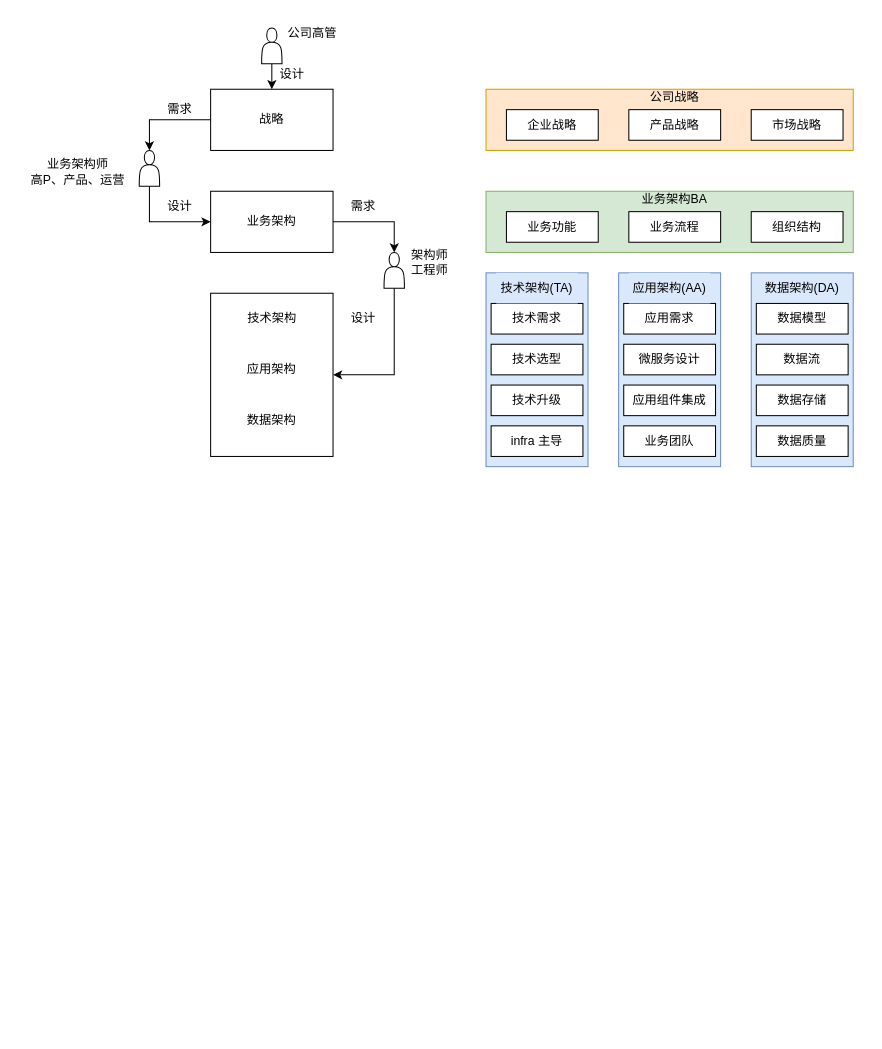
Before: page "架构" (7 of 8) of source/diagrams/tech.drawio in wxquare/wxquare.github.io, a draw.io diagram. Source tidied: cells renumbered, new cells numbered last; positions are measured from the earlier drawing's top-left corner, leaving out a move shared by most shapes. Both pictures are drawn from the tidied source at 102%, with x=0, y=0 at pixel (27, 17).
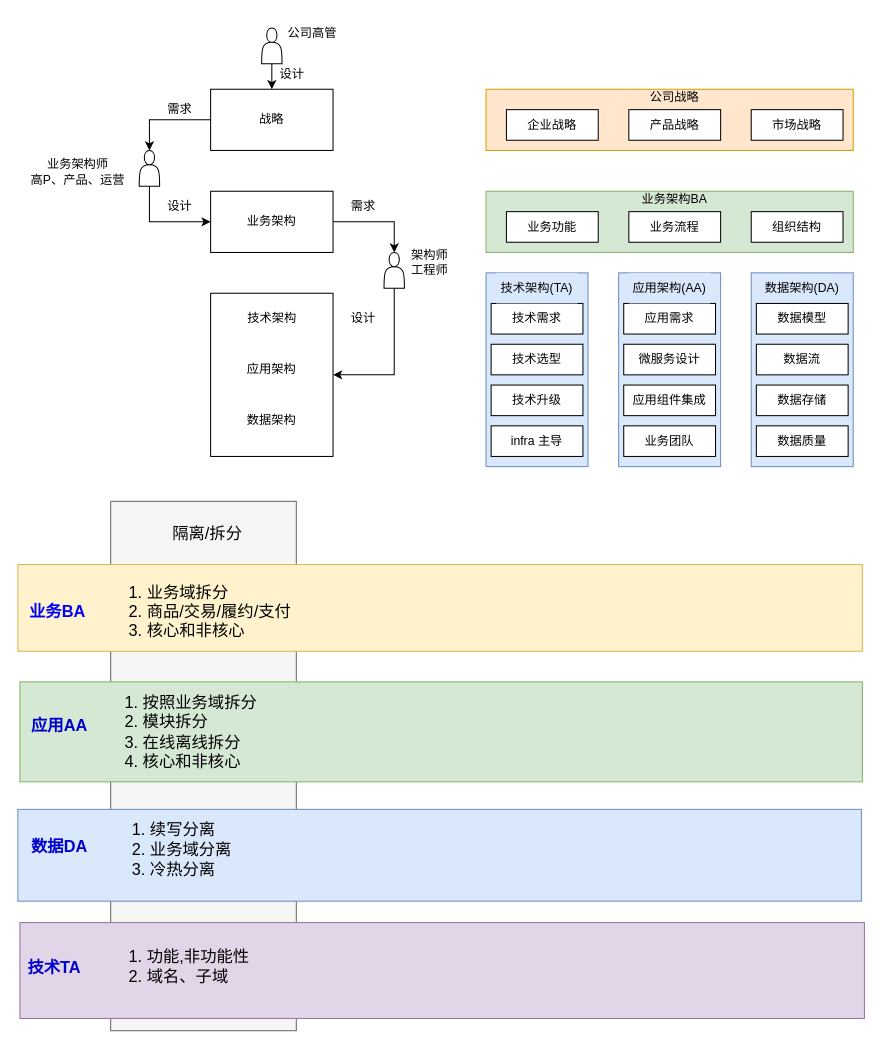
The same page after the edit.

What changed in the source:
```diff
@@
+    <mxCell id="52" style="rounded=0;whiteSpace=wrap;html=1;fillColor=#f5f5f5;fontColor=#333333;strokeColor=#666666;" parent="1" vertex="1">
+      <mxGeometry x="82" y="474" width="182" height="519" as="geometry" />
+    </mxCell>
+    <mxCell id="53" style="rounded=0;whiteSpace=wrap;html=1;fillColor=#fff2cc;strokeColor=#d6b656;" parent="1" vertex="1">
+      <mxGeometry x="-9" y="536" width="828" height="85" as="geometry" />
+    </mxCell>
@@
+    <mxCell id="54" style="rounded=0;whiteSpace=wrap;html=1;fillColor=#d5e8d4;strokeColor=#82b366;" parent="1" vertex="1">
+      <mxGeometry x="-7" y="651" width="826" height="98" as="geometry" />
+    </mxCell>
+    <mxCell id="55" style="rounded=0;whiteSpace=wrap;html=1;fillColor=#dae8fc;strokeColor=#6c8ebf;" parent="1" vertex="1">
+      <mxGeometry x="-9" y="776" width="827" height="90" as="geometry" />
+    </mxCell>
+    <mxCell id="56" style="rounded=0;whiteSpace=wrap;html=1;fillColor=#e1d5e7;strokeColor=#9673a6;" parent="1" vertex="1">
+      <mxGeometry x="-7" y="887" width="828" height="94" as="geometry" />
+    </mxCell>
+    <mxCell id="57" value="&lt;font color=&quot;#0000ff&quot;&gt;&lt;b&gt;业务BA&lt;/b&gt;&lt;/font&gt;" style="text;html=1;align=center;verticalAlign=middle;whiteSpace=wrap;rounded=0;fontSize=16;" parent="1" vertex="1">
+      <mxGeometry y="567" width="60" height="30" as="geometry" />
+    </mxCell>
+    <mxCell id="58" value="&lt;font color=&quot;#0000cc&quot;&gt;&lt;b&gt;应用AA&lt;/b&gt;&lt;/font&gt;" style="text;html=1;align=center;verticalAlign=middle;whiteSpace=wrap;rounded=0;fontSize=16;" parent="1" vertex="1">
+      <mxGeometry x="2" y="679" width="60" height="30" as="geometry" />
+    </mxCell>
+    <mxCell id="59" value="&lt;b&gt;&lt;font color=&quot;#0000cc&quot;&gt;数据DA&lt;/font&gt;&lt;/b&gt;" style="text;html=1;align=center;verticalAlign=middle;whiteSpace=wrap;rounded=0;fontSize=16;" parent="1" vertex="1">
+      <mxGeometry x="2" y="796.5" width="60" height="30" as="geometry" />
+    </mxCell>
+    <mxCell id="60" value="&lt;font color=&quot;#0000cc&quot;&gt;&lt;b&gt;技术TA&lt;/b&gt;&lt;/font&gt;" style="text;html=1;align=center;verticalAlign=middle;whiteSpace=wrap;rounded=0;fontSize=16;" parent="1" vertex="1">
+      <mxGeometry x="-3" y="915.5" width="60" height="30" as="geometry" />
+    </mxCell>
+    <mxCell id="61" value="1. 业务域拆分&lt;div&gt;2. 商品/交易/履约/支付&lt;/div&gt;&lt;div&gt;3. 核心和非核心&lt;/div&gt;" style="text;html=1;align=left;verticalAlign=middle;whiteSpace=wrap;rounded=0;fontSize=16;" parent="1" vertex="1">
+      <mxGeometry x="98" y="550.5" width="170" height="63" as="geometry" />
+    </mxCell>
+    <mxCell id="62" value="1. 按照业务域拆分&lt;div&gt;&lt;div&gt;&lt;div&gt;2. 模块拆分&lt;/div&gt;&lt;div&gt;3. 在线离线拆分&lt;/div&gt;&lt;div&gt;4. 核心和非核心&lt;/div&gt;&lt;/div&gt;&lt;/div&gt;" style="text;html=1;align=left;verticalAlign=middle;whiteSpace=wrap;rounded=0;fontSize=16;" parent="1" vertex="1">
+      <mxGeometry x="94" y="668" width="161" height="63" as="geometry" />
+    </mxCell>
+    <mxCell id="63" value="隔离/拆分" style="text;html=1;align=center;verticalAlign=middle;whiteSpace=wrap;rounded=0;fontSize=16;" parent="1" vertex="1">
+      <mxGeometry x="134" y="490" width="86" height="29" as="geometry" />
+    </mxCell>
+    <mxCell id="64" value="&lt;div style=&quot;text-align: left;&quot;&gt;&lt;span style=&quot;background-color: initial;&quot;&gt;1.&amp;nbsp;&lt;/span&gt;&lt;span style=&quot;background-color: initial;&quot;&gt;续写分离&lt;/span&gt;&lt;/div&gt;&lt;div style=&quot;text-align: left;&quot;&gt;&lt;span style=&quot;background-color: initial;&quot;&gt;2. 业务域分离&lt;/span&gt;&lt;/div&gt;&lt;div style=&quot;text-align: left;&quot;&gt;&lt;span style=&quot;background-color: initial;&quot;&gt;3. 冷热分离&lt;/span&gt;&lt;/div&gt;&lt;div style=&quot;text-align: left;&quot;&gt;&lt;span style=&quot;background-color: initial;&quot;&gt;&lt;br&gt;&lt;/span&gt;&lt;/div&gt;" style="text;html=1;align=center;verticalAlign=middle;whiteSpace=wrap;rounded=0;fontSize=16;" parent="1" vertex="1">
+      <mxGeometry x="93.5" y="791" width="115.5" height="68" as="geometry" />
+    </mxCell>
+    <mxCell id="65" value="1. 功能,&lt;span style=&quot;background-color: initial;&quot;&gt;非功能性&lt;/span&gt;&lt;div&gt;&lt;span style=&quot;background-color: initial;&quot;&gt;2. 域名、子域&lt;/span&gt;&lt;/div&gt;" style="text;html=1;align=left;verticalAlign=middle;whiteSpace=wrap;rounded=0;fontSize=16;" parent="1" vertex="1">
+      <mxGeometry x="98" y="913.5" width="147" height="32" as="geometry" />
+    </mxCell>
```
